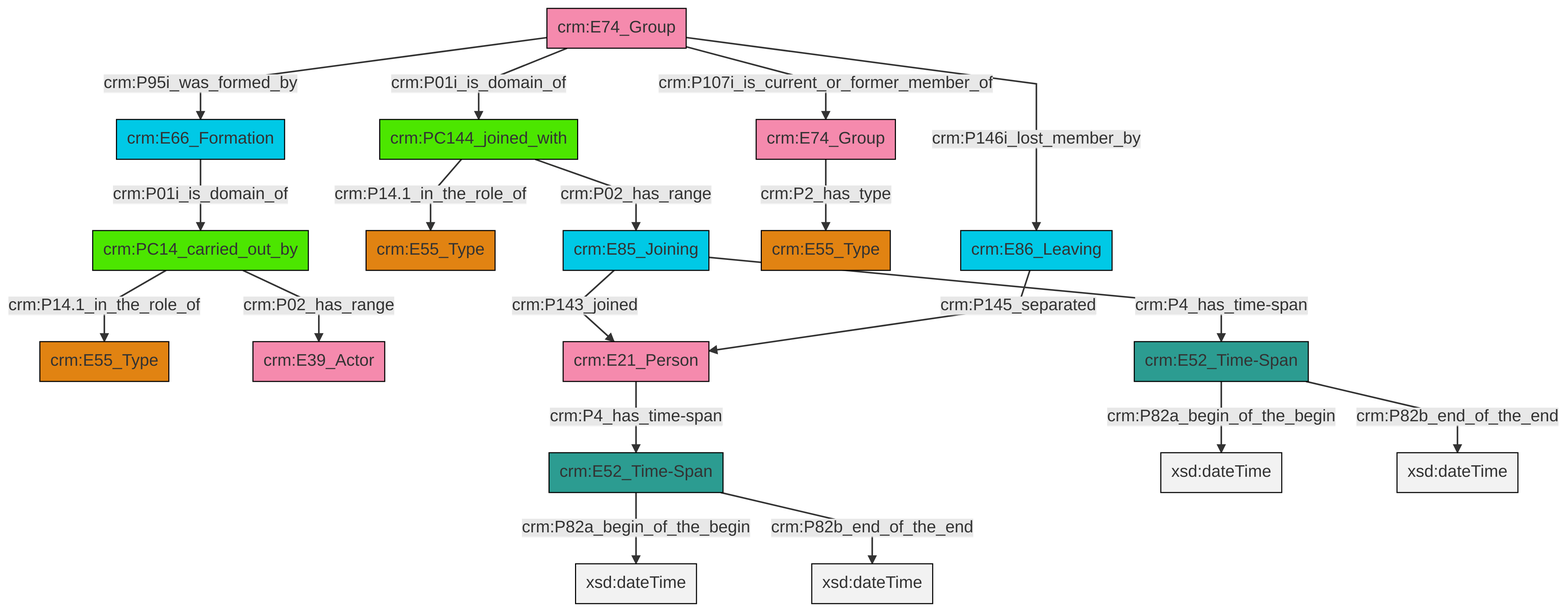
Above: et/groupCSV/ttl/mmd/png/group_actor_relations.png in swiss-art-research-net/reference-data-models (Mermaid), before the change. Its source is kept beside it as et/groupCSV/ttl/mmd/group_actor_relations.ttl.mmd.
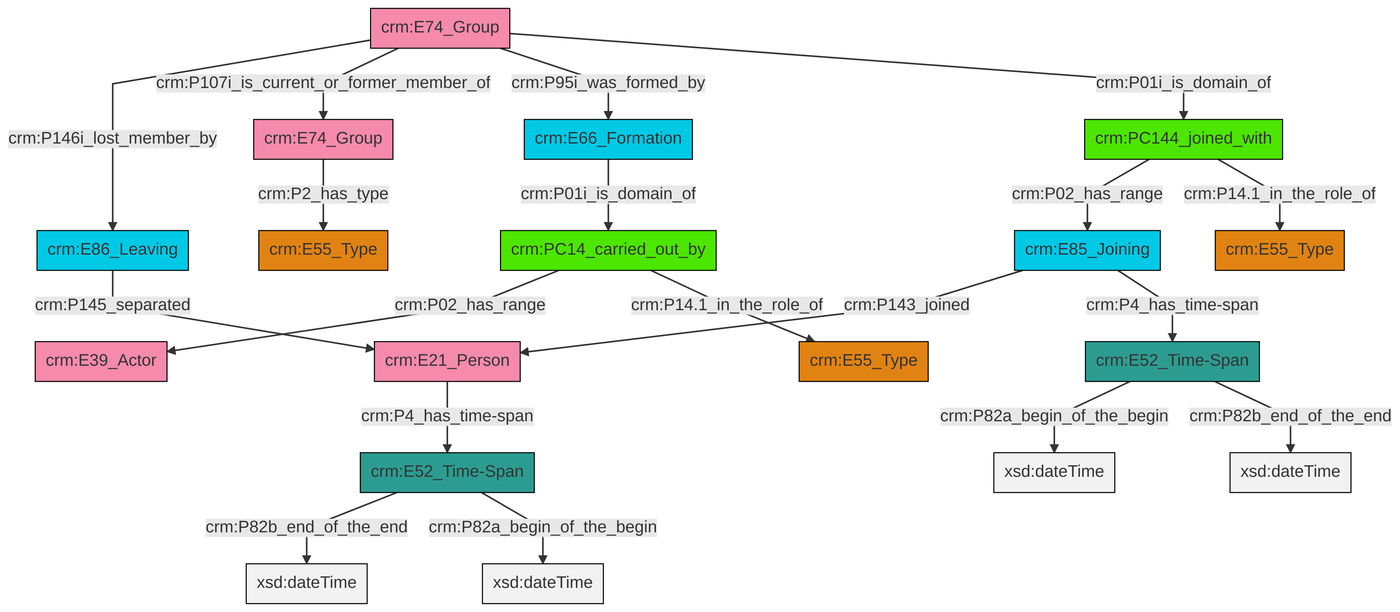
After the commit.

What changed in the source:
```diff
@@ -13,21 +13,21 @@
 classDef PC_Classes fill:#4ce600, stroke:#000000;
 classDef Multi fill:#cccccc,stroke:#000000;
 
-2["crm:PC14_carried_out_by"]:::PC_Classes -->|crm:P02_has_range| 3["crm:E39_Actor"]:::Actor
-4["crm:PC144_joined_with"]:::PC_Classes -->|crm:P14.1_in_the_role_of| 5["crm:E55_Type"]:::Type
-8["crm:E85_Joining"]:::Temporal_Entity -->|crm:P143_joined| 6["crm:E21_Person"]:::Actor
-9["crm:E74_Group"]:::Actor -->|crm:P2_has_type| 10["crm:E55_Type"]:::Type
-14["crm:E74_Group"]:::Actor -->|crm:P01i_is_domain_of| 4["crm:PC144_joined_with"]:::PC_Classes
-15["crm:E66_Formation"]:::Temporal_Entity -->|crm:P01i_is_domain_of| 2["crm:PC14_carried_out_by"]:::PC_Classes
-17["crm:E52_Time-Span"]:::Time-Span -->|crm:P82a_begin_of_the_begin| 18[xsd:dateTime]:::Literal
-17["crm:E52_Time-Span"]:::Time-Span -->|crm:P82b_end_of_the_end| 19[xsd:dateTime]:::Literal
-12["crm:E52_Time-Span"]:::Time-Span -->|crm:P82a_begin_of_the_begin| 21[xsd:dateTime]:::Literal
-14["crm:E74_Group"]:::Actor -->|crm:P146i_lost_member_by| 22["crm:E86_Leaving"]:::Temporal_Entity
-12["crm:E52_Time-Span"]:::Time-Span -->|crm:P82b_end_of_the_end| 24[xsd:dateTime]:::Literal
-4["crm:PC144_joined_with"]:::PC_Classes -->|crm:P02_has_range| 8["crm:E85_Joining"]:::Temporal_Entity
-14["crm:E74_Group"]:::Actor -->|crm:P95i_was_formed_by| 15["crm:E66_Formation"]:::Temporal_Entity
-14["crm:E74_Group"]:::Actor -->|crm:P107i_is_current_or_former_member_of| 9["crm:E74_Group"]:::Actor
-6["crm:E21_Person"]:::Actor -->|crm:P4_has_time-span| 17["crm:E52_Time-Span"]:::Time-Span
-2["crm:PC14_carried_out_by"]:::PC_Classes -->|crm:P14.1_in_the_role_of| 0["crm:E55_Type"]:::Type
-22["crm:E86_Leaving"]:::Temporal_Entity -->|crm:P145_separated| 6["crm:E21_Person"]:::Actor
-8["crm:E85_Joining"]:::Temporal_Entity -->|crm:P4_has_time-span| 12["crm:E52_Time-Span"]:::Time-Span
+0["crm:PC14_carried_out_by"]:::PC_Classes -->|crm:P02_has_range| 1["crm:E39_Actor"]:::Actor
+9["crm:PC144_joined_with"]:::PC_Classes -->|crm:P02_has_range| 3["crm:E85_Joining"]:::Temporal_Entity
+0["crm:PC14_carried_out_by"]:::PC_Classes -->|crm:P14.1_in_the_role_of| 10["crm:E55_Type"]:::Type
+3["crm:E85_Joining"]:::Temporal_Entity -->|crm:P143_joined| 11["crm:E21_Person"]:::Actor
+12["crm:E74_Group"]:::Actor -->|crm:P146i_lost_member_by| 13["crm:E86_Leaving"]:::Temporal_Entity
+12["crm:E74_Group"]:::Actor -->|crm:P107i_is_current_or_former_member_of| 16["crm:E74_Group"]:::Actor
+12["crm:E74_Group"]:::Actor -->|crm:P95i_was_formed_by| 14["crm:E66_Formation"]:::Temporal_Entity
+16["crm:E74_Group"]:::Actor -->|crm:P2_has_type| 7["crm:E55_Type"]:::Type
+11["crm:E21_Person"]:::Actor -->|crm:P4_has_time-span| 18["crm:E52_Time-Span"]:::Time-Span
+9["crm:PC144_joined_with"]:::PC_Classes -->|crm:P14.1_in_the_role_of| 19["crm:E55_Type"]:::Type
+18["crm:E52_Time-Span"]:::Time-Span -->|crm:P82b_end_of_the_end| 21[xsd:dateTime]:::Literal
+18["crm:E52_Time-Span"]:::Time-Span -->|crm:P82a_begin_of_the_begin| 30[xsd:dateTime]:::Literal
+3["crm:E85_Joining"]:::Temporal_Entity -->|crm:P4_has_time-span| 5["crm:E52_Time-Span"]:::Time-Span
+5["crm:E52_Time-Span"]:::Time-Span -->|crm:P82a_begin_of_the_begin| 31[xsd:dateTime]:::Literal
+5["crm:E52_Time-Span"]:::Time-Span -->|crm:P82b_end_of_the_end| 32[xsd:dateTime]:::Literal
+12["crm:E74_Group"]:::Actor -->|crm:P01i_is_domain_of| 9["crm:PC144_joined_with"]:::PC_Classes
+14["crm:E66_Formation"]:::Temporal_Entity -->|crm:P01i_is_domain_of| 0["crm:PC14_carried_out_by"]:::PC_Classes
+13["crm:E86_Leaving"]:::Temporal_Entity -->|crm:P145_separated| 11["crm:E21_Person"]:::Actor
```
